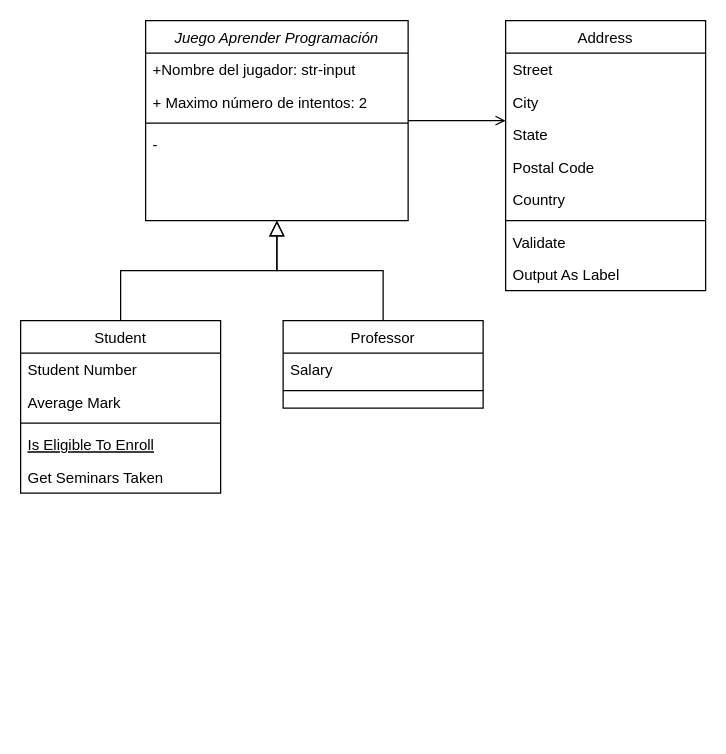
The draw.io diagram Diagrama sin título.drawio in Daniela90-prog/Daniela.Programate, before the edit. Source tidied: cells renumbered, new cells numbered last; positions are measured from the earlier drawing's top-left corner, leaving out a move shared by most shapes. Both pictures are drawn from the tidied source at 125%, with x=0, y=0 at pixel (20, 20).
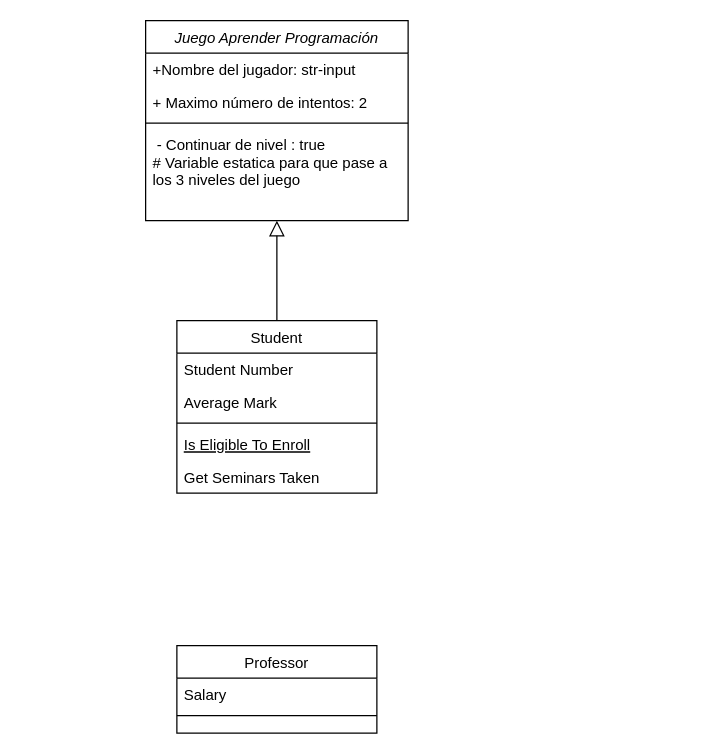
The same diagram, later.

The change refers to these unchanged cells:
```xml
<mxCell id="2" value="Juego Aprender Programación" style="swimlane;fontStyle=2;align=center;verticalAlign=top;horizontal=1;startSize=26;rounded=0;shadow=0;strokeWidth=1;" parent="1" vertex="1">
  <mxGeometry x="100" width="210" height="160" as="geometry" />
</mxCell>
```

What changed in the source:
```diff
@@
-    <mxCell id="6" value="- " style="text;align=left;verticalAlign=top;spacingLeft=4;spacingRight=4;overflow=hidden;" parent="2" vertex="1">
-      <mxGeometry y="86" width="210" height="26" as="geometry" />
+    <mxCell id="6" value=" - Continuar de nivel : true&#10;# Variable estatica para que pase a &#10;los 3 niveles del juego&#10;&#10;" style="text;align=left;verticalAlign=top;spacingLeft=4;spacingRight=4;overflow=hidden;" parent="2" vertex="1">
+      <mxGeometry y="86" width="210" height="54" as="geometry" />
     </mxCell>
     <mxCell id="7" value="Student" style="swimlane;fontStyle=0;align=center;verticalAlign=top;horizontal=1;startSize=26;rounded=0;shadow=0;strokeWidth=1;" parent="1" vertex="1">
-      <mxGeometry y="240" width="160" height="138" as="geometry" />
+      <mxGeometry x="125" y="240" width="160" height="138" as="geometry" />
     </mxCell>
@@
     <mxCell id="14" value="Professor" style="swimlane;fontStyle=0;align=center;verticalAlign=top;horizontal=1;startSize=26;rounded=0;shadow=0;strokeWidth=1;" parent="1" vertex="1">
-      <mxGeometry x="210" y="240" width="160" height="70" as="geometry" />
+      <mxGeometry x="125" y="500" width="160" height="70" as="geometry" />
     </mxCell>
@@
-    <mxCell id="17" style="endArrow=block;endSize=10;endFill=0;shadow=0;strokeWidth=1;rounded=0;edgeStyle=elbowEdgeStyle;elbow=vertical;" parent="1" edge="1" source="14" target="2">
-      <mxGeometry relative="1" as="geometry" />
-    </mxCell>
-    <mxCell id="18" value="Address" style="swimlane;fontStyle=0;align=center;verticalAlign=top;horizontal=1;startSize=26;rounded=0;shadow=0;strokeWidth=1;" parent="1" vertex="1">
-      <mxGeometry x="388" width="160" height="216" as="geometry" />
-    </mxCell>
-    <mxCell id="19" value="Street" style="text;align=left;verticalAlign=top;spacingLeft=4;spacingRight=4;overflow=hidden;" parent="18" vertex="1">
-      <mxGeometry y="26" width="160" height="26" as="geometry" />
-    </mxCell>
-    <mxCell id="20" value="City" style="text;align=left;verticalAlign=top;spacingLeft=4;spacingRight=4;overflow=hidden;rounded=0;shadow=0;html=0;" parent="18" vertex="1">
-      <mxGeometry y="52" width="160" height="26" as="geometry" />
-    </mxCell>
-    <mxCell id="21" value="State" style="text;align=left;verticalAlign=top;spacingLeft=4;spacingRight=4;overflow=hidden;rounded=0;shadow=0;html=0;" parent="18" vertex="1">
-      <mxGeometry y="78" width="160" height="26" as="geometry" />
-    </mxCell>
-    <mxCell id="22" value="Postal Code" style="text;align=left;verticalAlign=top;spacingLeft=4;spacingRight=4;overflow=hidden;rounded=0;shadow=0;html=0;" parent="18" vertex="1">
-      <mxGeometry y="104" width="160" height="26" as="geometry" />
-    </mxCell>
-    <mxCell id="23" value="Country" style="text;align=left;verticalAlign=top;spacingLeft=4;spacingRight=4;overflow=hidden;rounded=0;shadow=0;html=0;" parent="18" vertex="1">
-      <mxGeometry y="130" width="160" height="26" as="geometry" />
-    </mxCell>
-    <mxCell id="24" style="line;html=1;strokeWidth=1;align=left;verticalAlign=middle;spacingTop=-1;spacingLeft=3;spacingRight=3;labelPosition=right;" parent="18" vertex="1">
-      <mxGeometry y="156" width="160" height="8" as="geometry" />
-    </mxCell>
-    <mxCell id="25" value="Validate" style="text;align=left;verticalAlign=top;spacingLeft=4;spacingRight=4;overflow=hidden;" parent="18" vertex="1">
-      <mxGeometry y="164" width="160" height="26" as="geometry" />
-    </mxCell>
-    <mxCell id="26" value="Output As Label" style="text;align=left;verticalAlign=top;spacingLeft=4;spacingRight=4;overflow=hidden;" parent="18" vertex="1">
-      <mxGeometry y="190" width="160" height="26" as="geometry" />
-    </mxCell>
-    <mxCell id="27" style="endArrow=open;shadow=0;strokeWidth=1;rounded=0;endFill=1;edgeStyle=elbowEdgeStyle;elbow=vertical;" parent="1" edge="1" source="2" target="18">
-      <mxGeometry x="0.5" y="41" relative="1" as="geometry">
-        <mxPoint x="-40" y="32" as="offset" />
-      </mxGeometry>
-    </mxCell>
```
